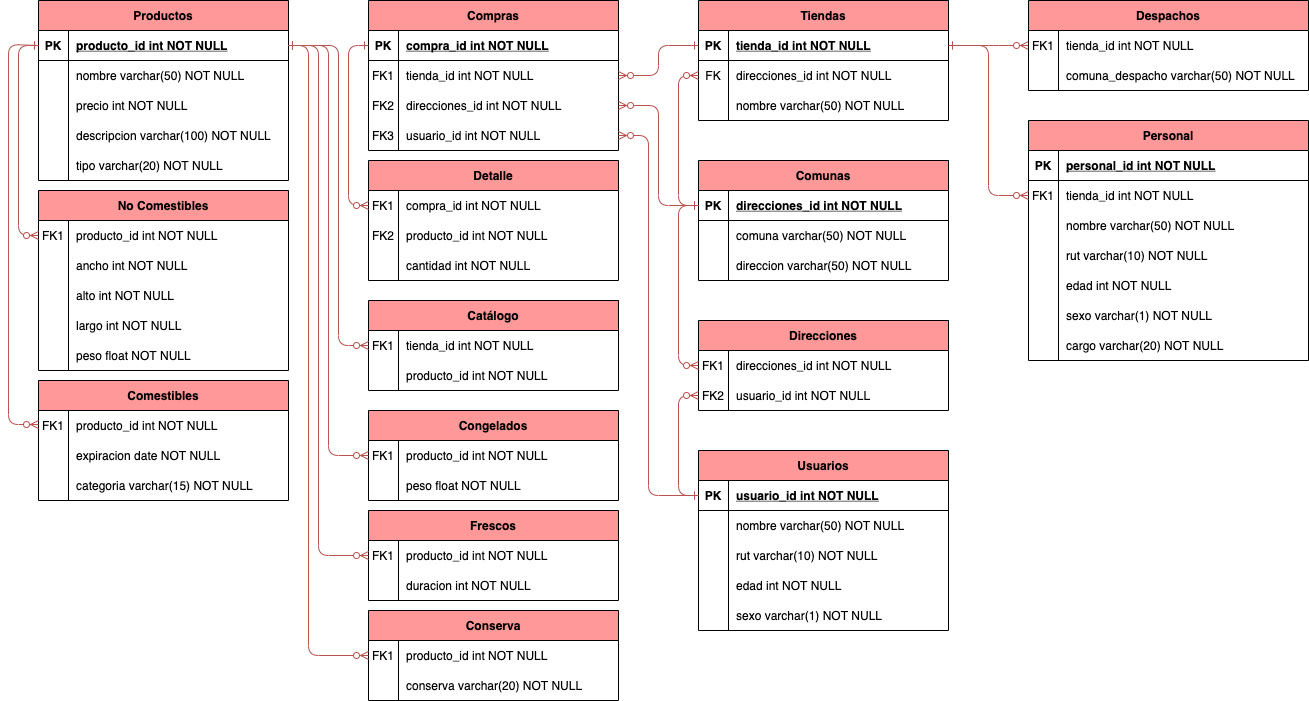
The draw.io diagram Entrega2/alo.png in yuwet15/El-mejor-repo-del-mundo, before a commit. Source tidied: cells renumbered, new cells last; positions are measured from the earlier drawing's top-left corner, leaving out a move shared by most shapes.
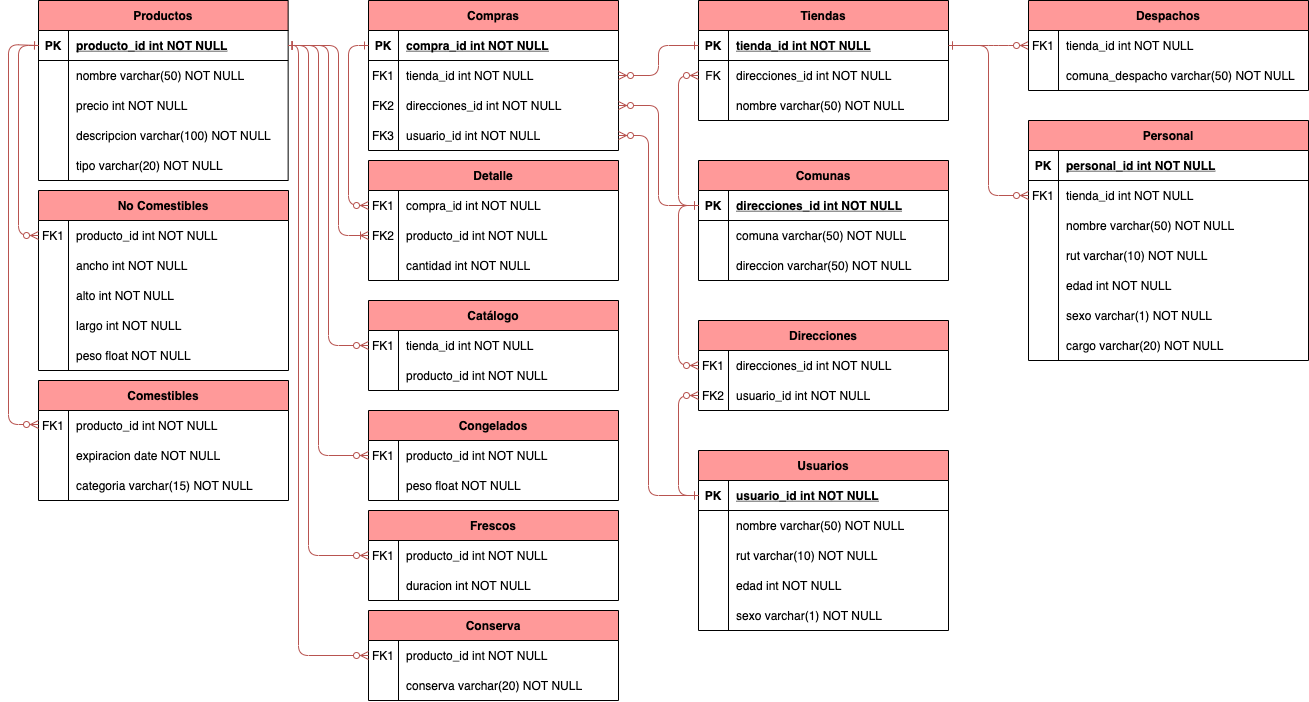
After the change.

The edit, as a diff of the source:
```diff
@@ -320,52 +320,52 @@
       <mxGeometry relative="1" as="geometry" />
     </mxCell>
     <mxCell id="106" value="Productos" style="shape=table;startSize=30;rowLines=0;fontStyle=1;align=center;fillColor=#FF9999;" parent="1" vertex="1">
-      <mxGeometry x="30" width="250" height="180" as="geometry" />
+      <mxGeometry x="30" width="249.6" height="180" as="geometry" />
     </mxCell>
     <mxCell id="107" style="shape=partialRectangle;fillColor=none;points=[[0,0.5],[1,0.5]];portConstraint=eastwest;top=0;left=0;right=0;bottom=1;" parent="106" vertex="1">
-      <mxGeometry y="30" width="250" height="30" as="geometry" />
+      <mxGeometry y="30" width="249.6" height="30" as="geometry" />
     </mxCell>
     <mxCell id="108" value="PK" style="shape=partialRectangle;overflow=hidden;fillColor=none;top=0;left=0;bottom=0;right=0;fontStyle=1;" parent="107" vertex="1">
       <mxGeometry width="30" height="30" as="geometry" />
     </mxCell>
     <mxCell id="109" value="producto_id int NOT NULL " style="shape=partialRectangle;overflow=hidden;fillColor=none;top=0;left=0;bottom=0;right=0;align=left;spacingLeft=6;fontStyle=5;" parent="107" vertex="1">
-      <mxGeometry x="30" width="220" height="30" as="geometry" />
+      <mxGeometry x="30" width="219.6" height="30" as="geometry" />
     </mxCell>
     <mxCell id="110" style="shape=partialRectangle;fillColor=none;top=0;left=0;right=0;bottom=0;" parent="106" vertex="1">
-      <mxGeometry y="60" width="250" height="30" as="geometry" />
+      <mxGeometry y="60" width="249.6" height="30" as="geometry" />
     </mxCell>
     <mxCell id="111" style="shape=partialRectangle;overflow=hidden;fillColor=none;top=0;left=0;bottom=0;right=0;" parent="110" vertex="1">
       <mxGeometry width="30" height="30" as="geometry" />
     </mxCell>
     <mxCell id="112" value="nombre varchar(50) NOT NULL" style="shape=partialRectangle;overflow=hidden;fillColor=none;top=0;left=0;bottom=0;right=0;align=left;spacingLeft=6;" parent="110" vertex="1">
-      <mxGeometry x="30" width="220" height="30" as="geometry" />
+      <mxGeometry x="30" width="219.6" height="30" as="geometry" />
     </mxCell>
     <mxCell id="113" style="shape=partialRectangle;fillColor=none;top=0;left=0;right=0;bottom=0;" parent="106" vertex="1">
-      <mxGeometry y="90" width="250" height="30" as="geometry" />
+      <mxGeometry y="90" width="249.6" height="30" as="geometry" />
     </mxCell>
     <mxCell id="114" style="shape=partialRectangle;overflow=hidden;fillColor=none;top=0;left=0;bottom=0;right=0;" parent="113" vertex="1">
       <mxGeometry width="30" height="30" as="geometry" />
     </mxCell>
     <mxCell id="115" value="precio int NOT NULL" style="shape=partialRectangle;overflow=hidden;fillColor=none;top=0;left=0;bottom=0;right=0;align=left;spacingLeft=6;" parent="113" vertex="1">
-      <mxGeometry x="30" width="220" height="30" as="geometry" />
+      <mxGeometry x="30" width="219.6" height="30" as="geometry" />
     </mxCell>
     <mxCell id="116" style="shape=partialRectangle;fillColor=none;top=0;left=0;right=0;bottom=0;" parent="106" vertex="1">
-      <mxGeometry y="120" width="250" height="30" as="geometry" />
+      <mxGeometry y="120" width="249.6" height="30" as="geometry" />
     </mxCell>
     <mxCell id="117" style="shape=partialRectangle;overflow=hidden;fillColor=none;top=0;left=0;bottom=0;right=0;" parent="116" vertex="1">
       <mxGeometry width="30" height="30" as="geometry" />
     </mxCell>
     <mxCell id="118" value="descripcion varchar(100) NOT NULL" style="shape=partialRectangle;overflow=hidden;fillColor=none;top=0;left=0;bottom=0;right=0;align=left;spacingLeft=6;" parent="116" vertex="1">
-      <mxGeometry x="30" width="220" height="30" as="geometry" />
+      <mxGeometry x="30" width="219.6" height="30" as="geometry" />
     </mxCell>
     <mxCell id="119" style="shape=partialRectangle;fillColor=none;top=0;left=0;right=0;bottom=0;" parent="106" vertex="1">
-      <mxGeometry y="150" width="250" height="30" as="geometry" />
+      <mxGeometry y="150" width="249.6" height="30" as="geometry" />
     </mxCell>
     <mxCell id="120" style="shape=partialRectangle;overflow=hidden;fillColor=none;top=0;left=0;bottom=0;right=0;" parent="119" vertex="1">
       <mxGeometry width="30" height="30" as="geometry" />
     </mxCell>
     <mxCell id="121" value="tipo varchar(20) NOT NULL" style="shape=partialRectangle;overflow=hidden;fillColor=none;top=0;left=0;bottom=0;right=0;align=left;spacingLeft=6;" parent="119" vertex="1">
-      <mxGeometry x="30" width="220" height="30" as="geometry" />
+      <mxGeometry x="30" width="219.6" height="30" as="geometry" />
     </mxCell>
     <mxCell id="122" style="edgeStyle=orthogonalEdgeStyle;rounded=1;jettySize=auto;html=1;exitX=1;exitY=0.5;exitDx=0;exitDy=0;entryX=0;entryY=0.5;entryDx=0;entryDy=0;startArrow=ERone;startFill=0;endArrow=ERzeroToMany;endFill=1;fillColor=#f8cecc;strokeColor=#b85450;" parent="1" edge="1" source="34" target="15">
       <mxGeometry relative="1" as="geometry" />
@@ -524,21 +524,26 @@
       <mxGeometry x="30" width="220" height="30" as="geometry" />
     </mxCell>
     <mxCell id="172" style="edgeStyle=orthogonalEdgeStyle;rounded=1;jettySize=auto;html=1;exitX=1;exitY=0.5;exitDx=0;exitDy=0;entryX=0;entryY=0.5;entryDx=0;entryDy=0;startArrow=ERone;startFill=0;endArrow=ERzeroToMany;endFill=1;fillColor=#f8cecc;strokeColor=#b85450;" parent="1" edge="1" source="107" target="152">
-      <mxGeometry relative="1" as="geometry" />
+      <mxGeometry relative="1" as="geometry">
+        <Array as="points">
+          <mxPoint x="310" y="45" />
+          <mxPoint x="310" y="455" />
+        </Array>
+      </mxGeometry>
     </mxCell>
     <mxCell id="173" style="edgeStyle=orthogonalEdgeStyle;rounded=1;jettySize=auto;html=1;exitX=1;exitY=0.5;exitDx=0;exitDy=0;entryX=0;entryY=0.5;entryDx=0;entryDy=0;startArrow=ERone;startFill=0;endArrow=ERzeroToMany;endFill=1;fillColor=#f8cecc;strokeColor=#b85450;" parent="1" edge="1" source="107" target="159">
       <mxGeometry relative="1" as="geometry">
         <Array as="points">
-          <mxPoint x="310" y="45" />
-          <mxPoint x="310" y="555" />
+          <mxPoint x="300" y="45" />
+          <mxPoint x="300" y="555" />
         </Array>
       </mxGeometry>
     </mxCell>
     <mxCell id="174" style="edgeStyle=orthogonalEdgeStyle;rounded=1;jettySize=auto;html=1;exitX=1;exitY=0.5;exitDx=0;exitDy=0;entryX=0;entryY=0.5;entryDx=0;entryDy=0;startArrow=ERone;startFill=0;endArrow=ERzeroToMany;endFill=1;fillColor=#f8cecc;strokeColor=#b85450;" parent="1" edge="1" source="107" target="166">
       <mxGeometry relative="1" as="geometry">
         <Array as="points">
-          <mxPoint x="300" y="45" />
-          <mxPoint x="300" y="655" />
+          <mxPoint x="290" y="45" />
+          <mxPoint x="290" y="655" />
         </Array>
       </mxGeometry>
     </mxCell>
@@ -566,10 +571,18 @@
     <mxCell id="182" style="edgeStyle=orthogonalEdgeStyle;rounded=1;jettySize=auto;html=1;exitX=1;exitY=0.5;exitDx=0;exitDy=0;entryX=0;entryY=0.5;entryDx=0;entryDy=0;startArrow=ERone;startFill=0;endArrow=ERzeroToMany;endFill=1;fillColor=#f8cecc;strokeColor=#b85450;" parent="1" edge="1" source="107" target="176">
       <mxGeometry relative="1" as="geometry">
         <Array as="points">
-          <mxPoint x="330" y="45" />
-          <mxPoint x="330" y="345" />
+          <mxPoint x="320" y="45" />
+          <mxPoint x="320" y="345" />
         </Array>
       </mxGeometry>
     </mxCell>
+    <mxCell id="183" style="edgeStyle=orthogonalEdgeStyle;rounded=1;jettySize=auto;html=1;exitX=1;exitY=0.5;exitDx=0;exitDy=0;fontColor=#FF9999;endArrow=ERoneToMany;endFill=0;strokeColor=#b85450;fillColor=#f8cecc;" parent="1" edge="1" source="107" target="99">
+      <mxGeometry relative="1" as="geometry">
+        <Array as="points">
+          <mxPoint x="330" y="45" />
+          <mxPoint x="330" y="235" />
+        </Array>
+      </mxGeometry>
+    </mxCell>
   </root>
 </mxGraphModel>
```
